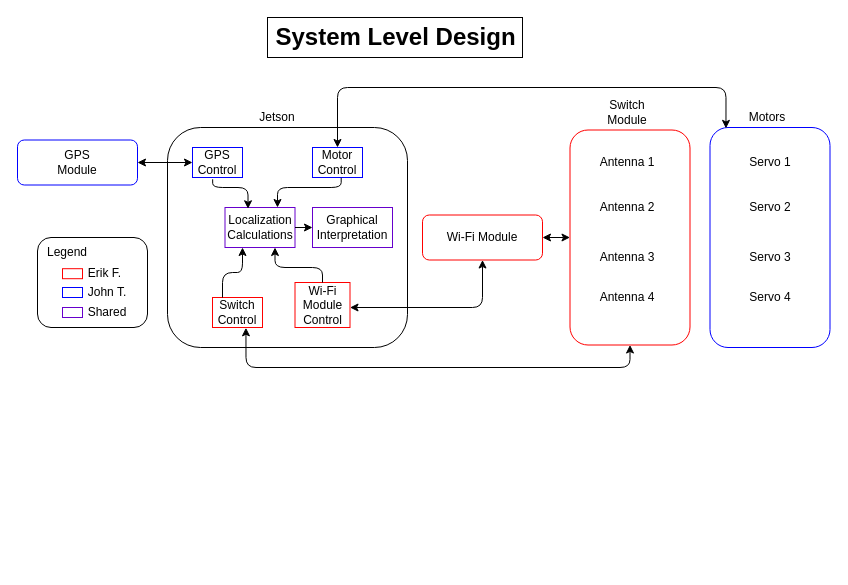
This is Untitled Diagram.drawio from groolmin/EENG-490-capstone, a draw.io file, before an edit. Source tidied: cells renumbered, new cells numbered last; positions are measured from the earlier drawing's top-left corner, leaving out a move shared by most shapes. Both pictures are drawn from the tidied source at 100%, with x=0, y=0 at pixel (17, 17).
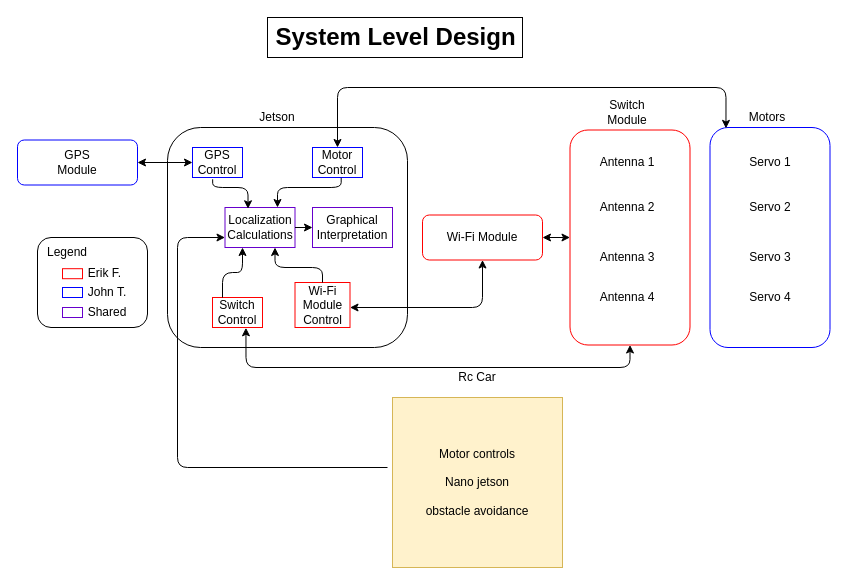
Above is the later version.

Unchanged cells that the change refers to:
```xml
<mxCell id="8" value="Localization Calculations" style="text;html=1;fillColor=none;align=center;verticalAlign=middle;whiteSpace=wrap;rounded=0;strokeColor=#6600CC;" parent="1" vertex="1">
  <mxGeometry x="207.5" y="190" width="70" height="40" as="geometry" />
</mxCell>
```

Diff of the diagram source:
```diff
@@
+    <mxCell id="45" value="Motor controls&lt;br&gt;&lt;br&gt;Nano jetson&lt;br&gt;&lt;br&gt;obstacle avoidance" style="whiteSpace=wrap;html=1;fillColor=#fff2cc;strokeColor=#d6b656;" parent="1" vertex="1">
+      <mxGeometry x="375" y="380" width="170" height="170" as="geometry" />
+    </mxCell>
+    <mxCell id="46" style="endArrow=classic;html=1;entryX=0;entryY=0.75;entryDx=0;entryDy=0;" parent="1" edge="1" target="8">
+      <mxGeometry relative="1" as="geometry">
+        <mxPoint x="370" y="450" as="sourcePoint" />
+        <Array as="points">
+          <mxPoint x="160" y="450" />
+          <mxPoint x="160" y="220" />
+        </Array>
+      </mxGeometry>
+    </mxCell>
+    <mxCell id="47" value="Rc Car" style="text;html=1;strokeColor=none;fillColor=none;align=center;verticalAlign=middle;whiteSpace=wrap;rounded=0;" parent="1" vertex="1">
+      <mxGeometry x="440" y="350" width="40" height="20" as="geometry" />
+    </mxCell>
```
